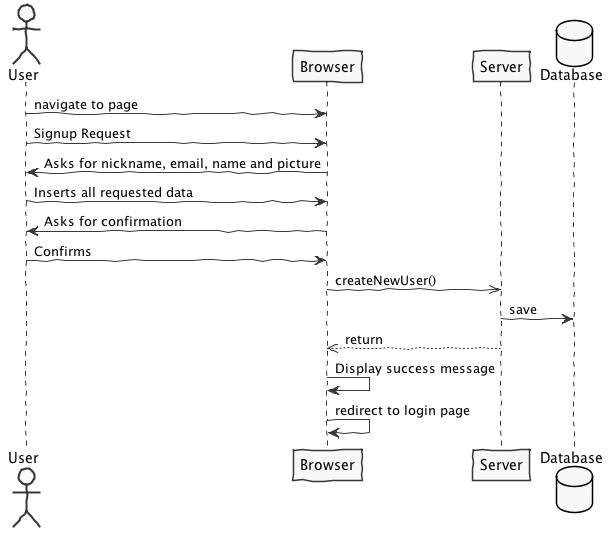
This is docs/red/1161292/sp2/analysis1.png from Fuel4us/EventManagingApp, a PlantUML export, as it was before one commit.
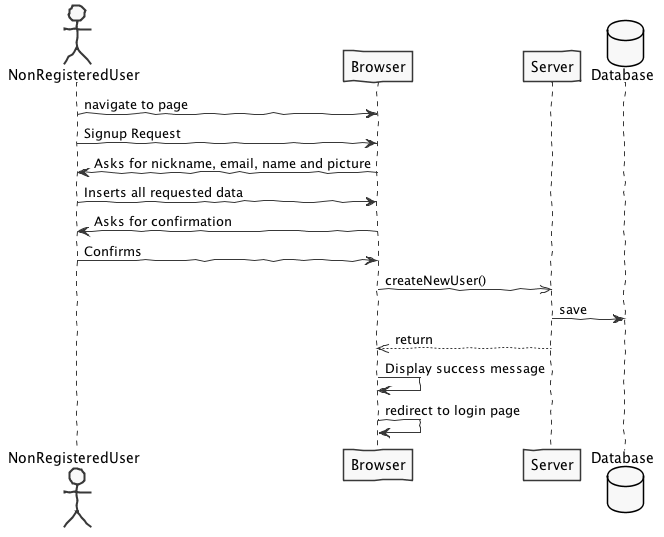
The same diagram one commit later.

Change to the diagram source:
```diff
@@ -5,16 +5,16 @@
 skinparam defaultFontName FG Virgil
 skinparam shadowing false
 
-actor User
+actor NonRegisteredUser
 
-User -> Browser : navigate to page
-User -> Browser : Signup Request
+NonRegisteredUser -> Browser : navigate to page
+NonRegisteredUser -> Browser : Signup Request
 
-Browser -> User : Asks for nickname, email, name and picture
-User -> Browser : Inserts all requested data
+Browser -> NonRegisteredUser : Asks for nickname, email, name and picture
+NonRegisteredUser -> Browser : Inserts all requested data
 
-Browser -> User : Asks for confirmation
-User -> Browser : Confirms
+Browser -> NonRegisteredUser : Asks for confirmation
+NonRegisteredUser -> Browser : Confirms
 
 Browser ->> Server : createNewUser()
 
```
